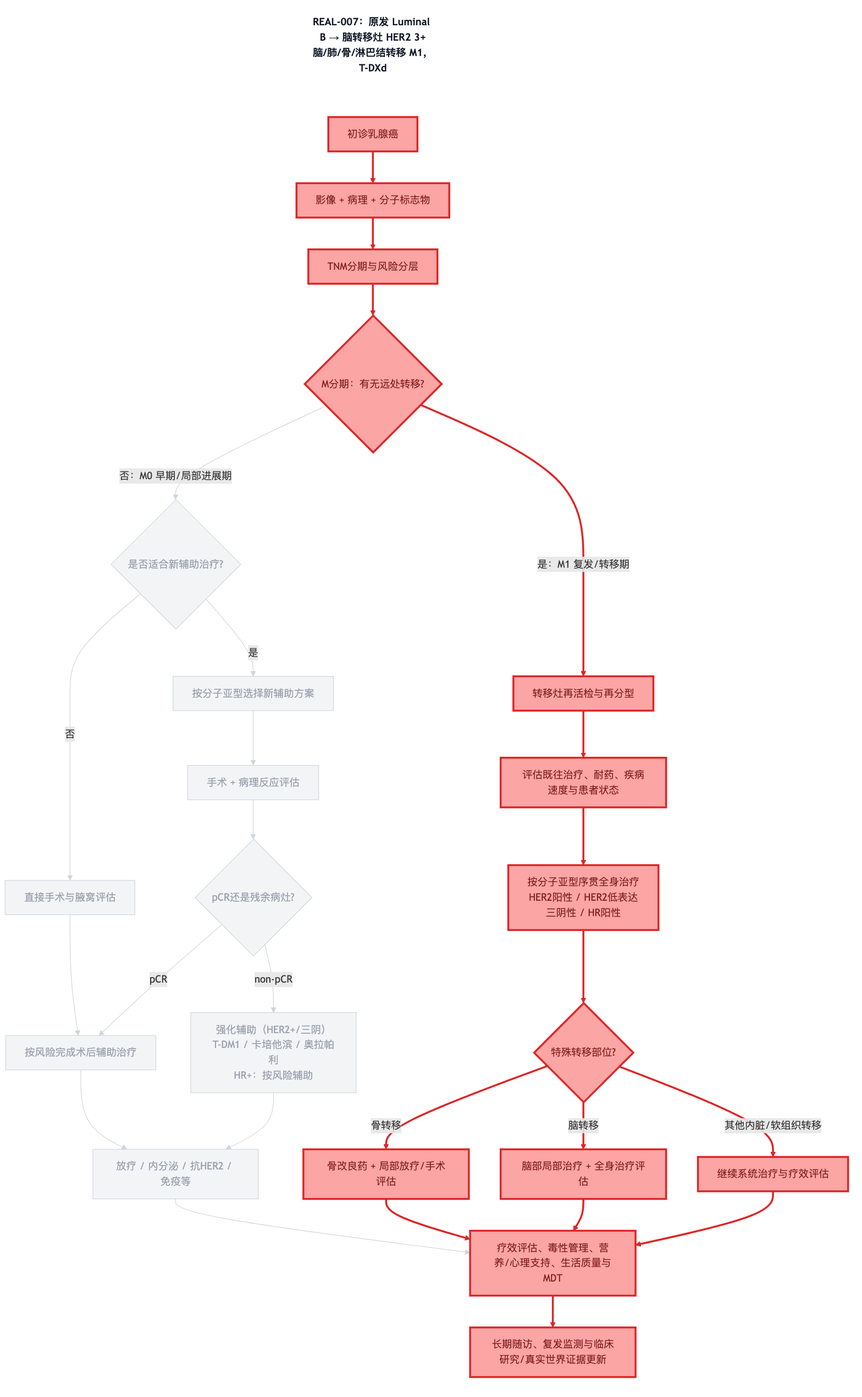
Earlier version of the Mermaid export diagrams/decision-chain-REAL-007.png (dongjb741280/breast-cancer). Its source is kept beside it as diagrams/decision-chain-REAL-007.mmd.
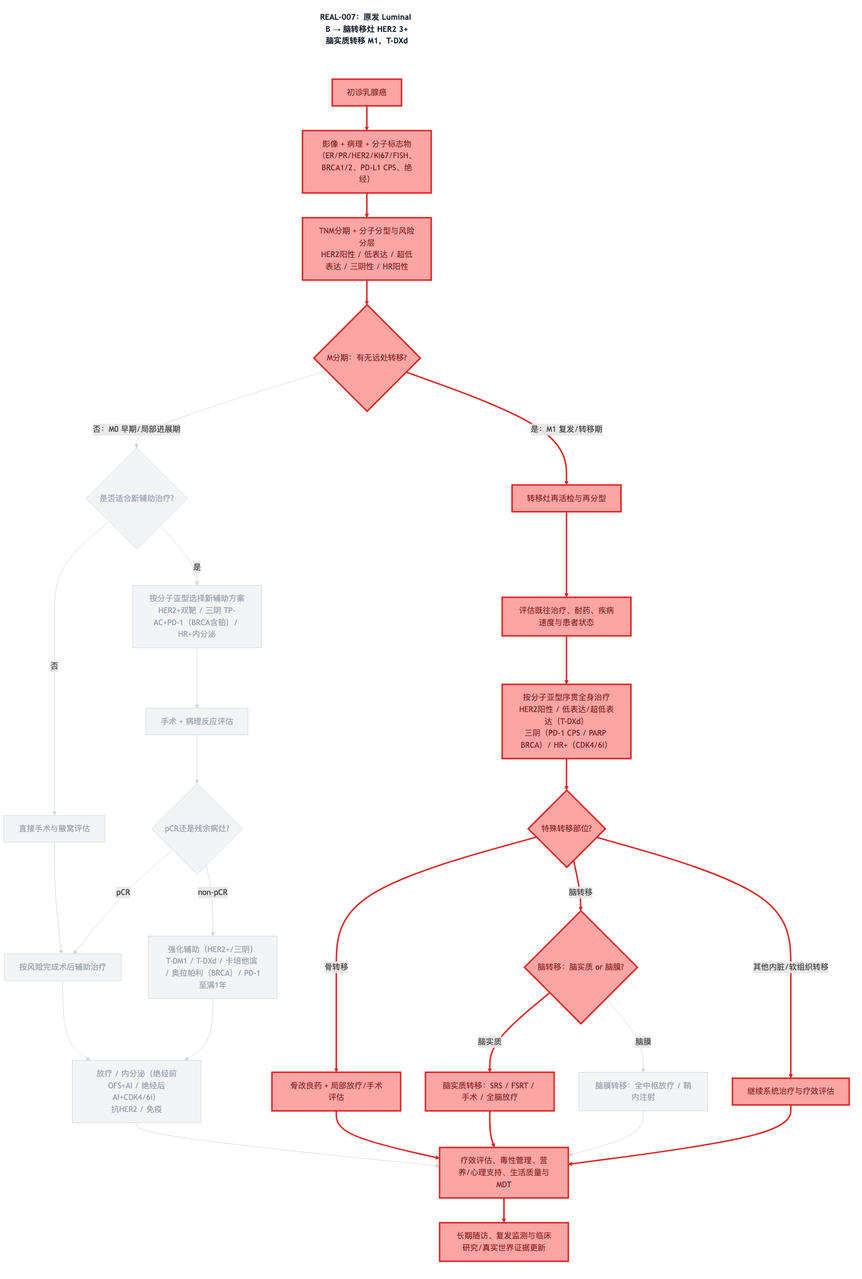
After the change.

Change to the diagram source:
```diff
@@ -1,23 +1,25 @@
 graph TD
-    TITLE["REAL-007：原发 Luminal B → 脑转移灶 HER2 3+<br/>脑/肺/骨/淋巴结转移 M1，T-DXd"]
+    TITLE["REAL-007：原发 Luminal B → 脑转移灶 HER2 3+<br/>脑实质转移 M1，T-DXd"]
     A[初诊乳腺癌]
-    B[影像 + 病理 + 分子标志物]
-    C[TNM分期与风险分层]
+    B[影像 + 病理 + 分子标志物<br/>（ER/PR/HER2/Ki67/FISH、BRCA1/2、PD-L1 CPS、绝经）]
+    C[TNM分期 + 分子分型与风险分层<br/>HER2阳性 / 低表达 / 超低表达 / 三阴性 / HR阳性]
     D{M分期：有无远处转移?}
     E{是否适合新辅助治疗?}
-    F[按分子亚型选择新辅助方案]
+    F[按分子亚型选择新辅助方案<br/>HER2+双靶 / 三阴 TP-AC+PD-1（BRCA含铂）/ HR+内分泌]
     G[直接手术与腋窝评估]
     H[手术 + 病理反应评估]
     I{pCR还是残余病灶?}
     J[按风险完成术后辅助治疗]
-    K[强化辅助（HER2+/三阴）<br/>T-DM1 / 卡培他滨 / 奥拉帕利<br/>HR+：按风险辅助]
-    L[放疗 / 内分泌 / 抗HER2 / 免疫等]
+    K[强化辅助（HER2+/三阴）<br/>T-DM1 / T-DXd / 卡培他滨 / 奥拉帕利（BRCA）/ PD-1至满1年]
+    L[放疗 / 内分泌（绝经前OFS+AI / 绝经后AI+CDK4/6i）<br/>抗HER2 / 免疫]
     M[转移灶再活检与再分型]
     N[评估既往治疗、耐药、疾病速度与患者状态]
-    O[按分子亚型序贯全身治疗<br/>HER2阳性 / HER2低表达<br/>三阴性 / HR阳性]
+    O[按分子亚型序贯全身治疗<br/>HER2阳性 / 低表达/超低表达（T-DXd）<br/>三阴（PD-1 CPS / PARP BRCA）/ HR+（CDK4/6i）]
     P{特殊转移部位?}
     Q[骨改良药 + 局部放疗/手术评估]
-    R[脑部局部治疗 + 全身治疗评估]
+    R{脑转移：脑实质 or 脑膜?}
+    R1[脑实质转移：SRS / FSRT / 手术 / 全脑放疗]
+    R2[脑膜转移：全中枢放疗 / 鞘内注射]
     S[继续系统治疗与疗效评估]
     T[疗效评估、毒性管理、营养/心理支持、生活质量与MDT]
     U[长期随访、复发监测与临床研究/真实世界证据更新]
@@ -41,9 +43,12 @@
     P -->|骨转移| Q
     P -->|脑转移| R
     P -->|其他内脏/软组织转移| S
+    R -->|脑实质| R1
+    R -->|脑膜| R2
     L --> T
     Q --> T
-    R --> T
+    R1 --> T
+    R2 --> T
     S --> T
     T --> U
     TITLE ~~~ A
@@ -69,6 +74,8 @@
     class P path;
     class Q path;
     class R path;
+    class R1 path;
+    class R2 dim;
     class S path;
     class T path;
     class U path;
@@ -92,8 +99,11 @@
     linkStyle 17 stroke:#dc2626,stroke-width:3px;
     linkStyle 18 stroke:#dc2626,stroke-width:3px;
     linkStyle 19 stroke:#dc2626,stroke-width:3px;
-    linkStyle 20 stroke:#d1d5db,stroke-width:1px;
-    linkStyle 21 stroke:#dc2626,stroke-width:3px;
-    linkStyle 22 stroke:#dc2626,stroke-width:3px;
+    linkStyle 20 stroke:#dc2626,stroke-width:3px;
+    linkStyle 21 stroke:#d1d5db,stroke-width:1px;
+    linkStyle 22 stroke:#d1d5db,stroke-width:1px;
     linkStyle 23 stroke:#dc2626,stroke-width:3px;
     linkStyle 24 stroke:#dc2626,stroke-width:3px;
+    linkStyle 25 stroke:#d1d5db,stroke-width:1px;
+    linkStyle 26 stroke:#dc2626,stroke-width:3px;
+    linkStyle 27 stroke:#dc2626,stroke-width:3px;
```
